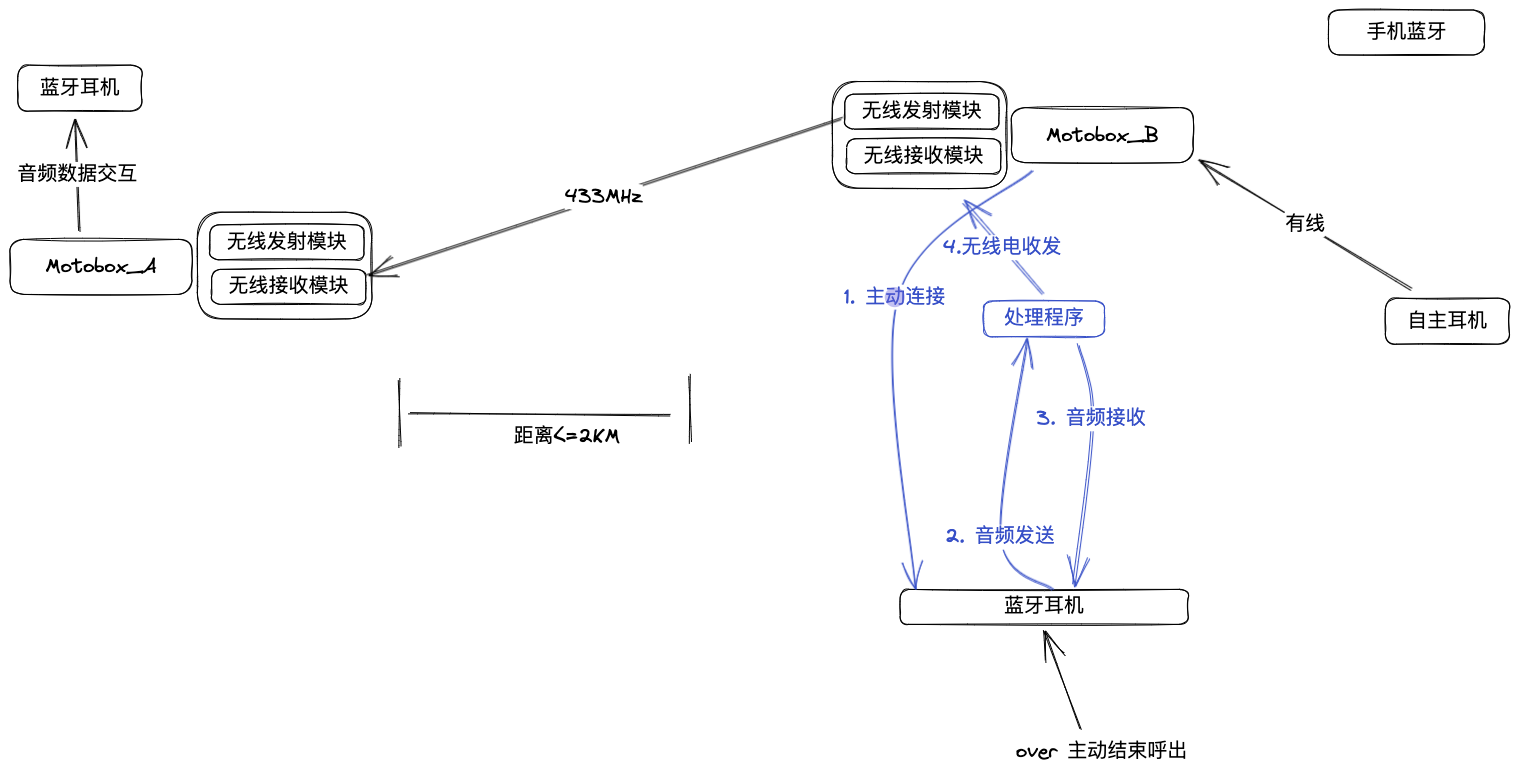
The Excalidraw diagram main.excalidraw.png in motoboxcn/audio-communication, before a commit. Source tidied: one line per element, renumbered; positions are measured from the earlier drawing's top-left corner, leaving out a move shared by most shapes. The source it was exported from:
```json
{"id": 0, "type": "rectangle", "strokeColor": "#000000", "strokeWidth": 1, "roughness": 1, "round": true, "x": 8, "y": 55, "width": 124, "height": 46}
{"id": 1, "type": "text", "text": "蓝牙耳机", "strokeColor": "#000000", "strokeWidth": 1, "roughness": 1, "fontSize": 20, "fontFamily": 1, "textAlign": "center", "verticalAlign": "middle", "inside": 0, "x": 30, "y": 66, "width": 80, "height": 25}
{"id": 2, "type": "rectangle", "strokeColor": "#000000", "strokeWidth": 1, "roughness": 1, "round": true, "x": 890, "y": 579, "width": 288, "height": 35}
{"id": 3, "type": "text", "text": "蓝牙耳机", "strokeColor": "#000000", "strokeWidth": 1, "roughness": 1, "fontSize": 20, "fontFamily": 1, "textAlign": "center", "verticalAlign": "middle", "inside": 2, "x": 994, "y": 584, "width": 80, "height": 25}
{"id": 4, "type": "arrow", "strokeColor": "#000000", "strokeWidth": 1, "roughness": 1, "endArrowhead": "arrow", "round": true, "from": 15, "to": 0, "x": 70, "y": 220, "width": 5, "height": 111, "points": [[0, 0], [-5, -111]]}
{"id": 5, "type": "text", "text": "音频数据交互", "strokeColor": "#000000", "strokeWidth": 1, "roughness": 1, "fontSize": 20, "fontFamily": 1, "textAlign": "center", "verticalAlign": "middle", "inside": 4, "x": 7, "y": 152, "width": 120, "height": 25}
{"id": 6, "type": "arrow", "strokeColor": "#364fc7", "strokeWidth": 1, "roughness": 1, "endArrowhead": "arrow", "round": true, "from": 2, "to": 40, "x": 1042, "y": 579, "width": 52, "height": 249, "points": [[0, 0], [-52, -52], [-25, -249]]}
{"id": 7, "type": "text", "text": "2. 音频发送", "strokeColor": "#364fc7", "strokeWidth": 1, "roughness": 1, "fontSize": 20, "fontFamily": 1, "textAlign": "center", "verticalAlign": "middle", "inside": 6, "x": 935, "y": 514, "width": 110, "height": 25}
{"id": 8, "type": "rectangle", "strokeColor": "#000000", "strokeWidth": 1, "roughness": 1, "round": true, "x": 1001, "y": 98, "width": 182, "height": 55}
{"id": 9, "type": "text", "text": "Motobox_B", "strokeColor": "#000000", "strokeWidth": 1, "roughness": 1, "fontSize": 20, "fontFamily": 1, "textAlign": "center", "verticalAlign": "middle", "inside": 8, "x": 1036, "y": 113, "width": 112, "height": 25}
{"id": 10, "type": "rectangle", "strokeColor": "#000000", "strokeWidth": 1, "roughness": 1, "round": true, "x": 835, "y": 84, "width": 154, "height": 35}
{"id": 11, "type": "text", "text": "无线发射模块", "strokeColor": "#000000", "strokeWidth": 1, "roughness": 1, "fontSize": 20, "fontFamily": 1, "textAlign": "center", "verticalAlign": "middle", "inside": 10, "x": 852, "y": 89, "width": 120, "height": 25}
{"id": 12, "type": "rectangle", "strokeColor": "#000000", "strokeWidth": 1, "roughness": 1, "round": true, "x": 837, "y": 129, "width": 154, "height": 35}
{"id": 13, "type": "text", "text": "无线接收模块", "strokeColor": "#000000", "strokeWidth": 1, "roughness": 1, "fontSize": 20, "fontFamily": 1, "textAlign": "center", "verticalAlign": "middle", "inside": 12, "x": 854, "y": 134, "width": 120, "height": 25}
{"id": 14, "type": "rectangle", "strokeColor": "#000000", "strokeWidth": 1, "roughness": 1, "round": true, "x": 822, "y": 72, "width": 174, "height": 107}
{"id": 15, "type": "rectangle", "strokeColor": "#000000", "strokeWidth": 1, "roughness": 1, "round": true, "x": 0, "y": 229, "width": 182, "height": 55}
{"id": 16, "type": "text", "text": "Motobox_A", "strokeColor": "#000000", "strokeWidth": 1, "roughness": 1, "fontSize": 20, "fontFamily": 1, "textAlign": "center", "verticalAlign": "middle", "inside": 15, "x": 36, "y": 244, "width": 111, "height": 25}
{"id": 17, "type": "rectangle", "strokeColor": "#000000", "strokeWidth": 1, "roughness": 1, "round": true, "x": 200, "y": 215, "width": 154, "height": 35}
{"id": 18, "type": "text", "text": "无线发射模块", "strokeColor": "#000000", "strokeWidth": 1, "roughness": 1, "fontSize": 20, "fontFamily": 1, "textAlign": "center", "verticalAlign": "middle", "inside": 17, "x": 217, "y": 220, "width": 120, "height": 25}
{"id": 19, "type": "rectangle", "strokeColor": "#000000", "strokeWidth": 1, "roughness": 1, "round": true, "x": 202, "y": 259, "width": 154, "height": 35}
{"id": 20, "type": "text", "text": "无线接收模块", "strokeColor": "#000000", "strokeWidth": 1, "roughness": 1, "fontSize": 20, "fontFamily": 1, "textAlign": "center", "verticalAlign": "middle", "inside": 19, "x": 219, "y": 264, "width": 120, "height": 25}
{"id": 21, "type": "rectangle", "strokeColor": "#000000", "strokeWidth": 1, "roughness": 1, "round": true, "x": 187, "y": 202, "width": 174, "height": 107}
{"id": 22, "type": "arrow", "strokeColor": "#000000", "strokeWidth": 1, "roughness": 1, "endArrowhead": "arrow", "round": true, "from": 10, "to": 19, "x": 831, "y": 108, "width": 475, "height": 158, "points": [[0, 0], [-475, 158]]}
{"id": 23, "type": "text", "text": "433MHz", "strokeColor": "#000000", "strokeWidth": 1, "roughness": 1, "fontSize": 20, "fontFamily": 1, "textAlign": "center", "verticalAlign": "middle", "inside": 22, "x": 482, "y": 235, "width": 78, "height": 25}
{"id": 24, "type": "rectangle", "strokeColor": "#000000", "strokeWidth": 1, "roughness": 1, "round": true, "x": 1319, "y": 0, "width": 156, "height": 45}
{"id": 25, "type": "text", "text": "手机蓝牙", "strokeColor": "#000000", "strokeWidth": 1, "roughness": 1, "fontSize": 20, "fontFamily": 1, "textAlign": "center", "verticalAlign": "middle", "inside": 24, "x": 1357, "y": 10, "width": 80, "height": 25}
{"id": 26, "type": "rectangle", "strokeColor": "#000000", "strokeWidth": 1, "roughness": 1, "round": true, "x": 1375, "y": 288, "width": 124, "height": 46}
{"id": 27, "type": "text", "text": "自主耳机", "strokeColor": "#000000", "strokeWidth": 1, "roughness": 1, "fontSize": 20, "fontFamily": 1, "textAlign": "center", "verticalAlign": "middle", "inside": 26, "x": 1397, "y": 299, "width": 80, "height": 25}
{"id": 28, "type": "arrow", "strokeColor": "#000000", "strokeWidth": 1, "roughness": 1, "endArrowhead": "arrow", "round": true, "from": 26, "to": 8, "x": 1401, "y": 277, "width": 211, "height": 127, "points": [[0, 0], [-211, -127]]}
{"id": 29, "type": "text", "text": "有线", "strokeColor": "#000000", "strokeWidth": 1, "roughness": 1, "fontSize": 20, "fontFamily": 1, "textAlign": "center", "verticalAlign": "middle", "inside": 28, "x": 1045, "y": 339, "width": 40, "height": 25}
{"id": 30, "type": "arrow", "strokeColor": "#000000", "strokeWidth": 1, "roughness": 1, "endArrowhead": "arrow", "round": true, "from": 31, "to": 2, "x": 1071, "y": 720, "width": 37, "height": 99, "points": [[0, 0], [-37, -99]]}
{"id": 31, "type": "text", "text": "over 主动结束呼出", "strokeColor": "#000000", "strokeWidth": 1, "roughness": 1, "fontSize": 20, "fontFamily": 1, "x": 1006, "y": 729, "width": 171, "height": 25}
{"id": 32, "type": "line", "strokeColor": "#000000", "strokeWidth": 1, "roughness": 1, "round": true, "x": 399, "y": 404, "width": 260, "height": 0, "points": [[0, 0], [260, 0]]}
{"id": 33, "type": "line", "strokeColor": "#000000", "strokeWidth": 1, "roughness": 1, "round": true, "x": 390, "y": 369, "width": 0, "height": 68, "points": [[0, 0], [0, 68]]}
{"id": 34, "type": "line", "strokeColor": "#000000", "strokeWidth": 1, "roughness": 1, "round": true, "x": 680, "y": 365, "width": 0, "height": 68, "points": [[0, 0], [0, 68]]}
{"id": 35, "type": "text", "text": "距离<=2KM", "strokeColor": "#000000", "strokeWidth": 1, "roughness": 1, "fontSize": 20, "fontFamily": 1, "x": 504, "y": 414, "width": 106, "height": 25}
{"id": 36, "type": "arrow", "strokeColor": "#364fc7", "strokeWidth": 1, "roughness": 1, "endArrowhead": "arrow", "round": true, "from": 14, "to": 2, "x": 1019, "y": 160, "width": 134, "height": 419, "points": [[0, 0], [-134, 127], [-118, 419]]}
{"id": 37, "type": "text", "text": "1. 主动连接", "strokeColor": "#364fc7", "strokeWidth": 1, "roughness": 1, "fontSize": 20, "fontFamily": 1, "textAlign": "center", "verticalAlign": "middle", "inside": 36, "x": 850, "y": 414, "width": 101, "height": 25}
{"id": 38, "type": "arrow", "strokeColor": "#364fc7", "strokeWidth": 1, "roughness": 1, "endArrowhead": "arrow", "round": true, "from": 40, "to": 2, "x": 1067, "y": 333, "width": 19, "height": 240, "points": [[0, 0], [14, 76], [-4, 240]]}
{"id": 39, "type": "text", "text": "3. 音频接收", "strokeColor": "#364fc7", "strokeWidth": 1, "roughness": 1, "fontSize": 20, "fontFamily": 1, "textAlign": "center", "verticalAlign": "middle", "inside": 38, "x": 1087, "y": 458, "width": 109, "height": 25}
{"id": 40, "type": "rectangle", "strokeColor": "#364fc7", "strokeWidth": 1, "roughness": 1, "round": true, "x": 974, "y": 291, "width": 120, "height": 36}
{"id": 41, "type": "text", "text": "处理程序", "strokeColor": "#364fc7", "strokeWidth": 1, "roughness": 1, "fontSize": 20, "fontFamily": 1, "textAlign": "center", "verticalAlign": "middle", "inside": 40, "x": 994, "y": 296, "width": 80, "height": 25}
{"id": 42, "type": "arrow", "strokeColor": "#364fc7", "strokeWidth": 1, "roughness": 1, "endArrowhead": "arrow", "round": true, "from": 40, "to": 14, "x": 1032, "y": 283, "width": 79, "height": 91, "points": [[0, 0], [-79, -91]]}
{"id": 43, "type": "text", "text": "4.无线电收发", "strokeColor": "#364fc7", "strokeWidth": 1, "roughness": 1, "fontSize": 20, "fontFamily": 1, "textAlign": "center", "verticalAlign": "middle", "inside": 42, "x": 924, "y": 217, "width": 118, "height": 25}
```
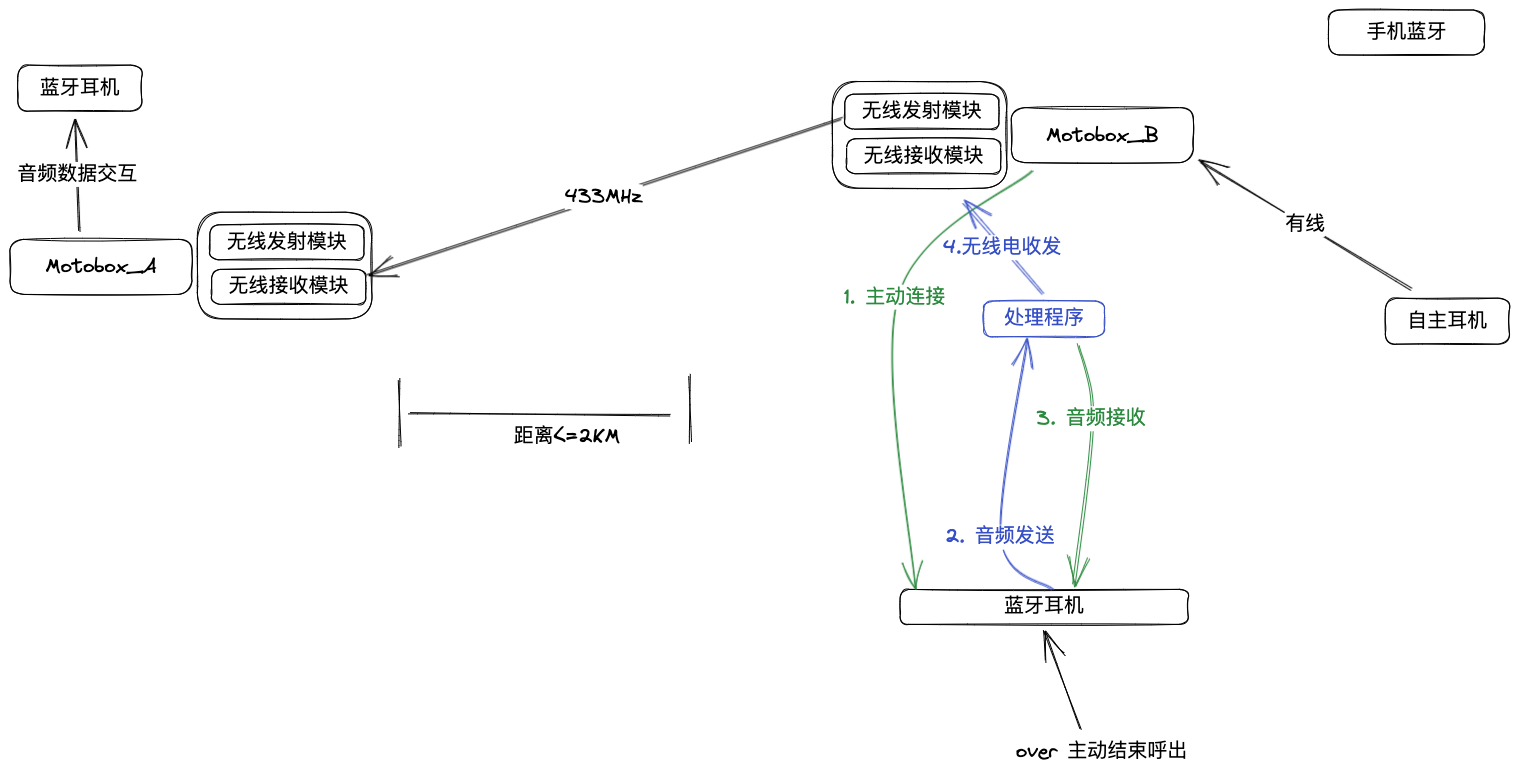
After the change.

Diff of the diagram source:
```diff
@@ -21,24 +21,24 @@
 {"id": 20, "type": "text", "text": "无线接收模块", "strokeColor": "#000000", "strokeWidth": 1, "roughness": 1, "fontSize": 20, "fontFamily": 1, "textAlign": "center", "verticalAlign": "middle", "inside": 19, "x": 219, "y": 264, "width": 120, "height": 25}
 {"id": 21, "type": "rectangle", "strokeColor": "#000000", "strokeWidth": 1, "roughness": 1, "round": true, "x": 187, "y": 202, "width": 174, "height": 107}
 {"id": 22, "type": "arrow", "strokeColor": "#000000", "strokeWidth": 1, "roughness": 1, "endArrowhead": "arrow", "round": true, "from": 10, "to": 19, "x": 831, "y": 108, "width": 475, "height": 158, "points": [[0, 0], [-475, 158]]}
-{"id": 23, "type": "text", "text": "433MHz", "strokeColor": "#000000", "strokeWidth": 1, "roughness": 1, "fontSize": 20, "fontFamily": 1, "textAlign": "center", "verticalAlign": "middle", "inside": 22, "x": 482, "y": 235, "width": 78, "height": 25}
+{"id": 23, "type": "text", "text": "433MHz", "strokeColor": "#000000", "strokeWidth": 1, "roughness": 1, "fontSize": 20, "fontFamily": 1, "textAlign": "center", "verticalAlign": "middle", "inside": 22, "x": 555, "y": 174, "width": 78, "height": 25}
 {"id": 24, "type": "rectangle", "strokeColor": "#000000", "strokeWidth": 1, "roughness": 1, "round": true, "x": 1319, "y": 0, "width": 156, "height": 45}
 {"id": 25, "type": "text", "text": "手机蓝牙", "strokeColor": "#000000", "strokeWidth": 1, "roughness": 1, "fontSize": 20, "fontFamily": 1, "textAlign": "center", "verticalAlign": "middle", "inside": 24, "x": 1357, "y": 10, "width": 80, "height": 25}
 {"id": 26, "type": "rectangle", "strokeColor": "#000000", "strokeWidth": 1, "roughness": 1, "round": true, "x": 1375, "y": 288, "width": 124, "height": 46}
 {"id": 27, "type": "text", "text": "自主耳机", "strokeColor": "#000000", "strokeWidth": 1, "roughness": 1, "fontSize": 20, "fontFamily": 1, "textAlign": "center", "verticalAlign": "middle", "inside": 26, "x": 1397, "y": 299, "width": 80, "height": 25}
 {"id": 28, "type": "arrow", "strokeColor": "#000000", "strokeWidth": 1, "roughness": 1, "endArrowhead": "arrow", "round": true, "from": 26, "to": 8, "x": 1401, "y": 277, "width": 211, "height": 127, "points": [[0, 0], [-211, -127]]}
-{"id": 29, "type": "text", "text": "有线", "strokeColor": "#000000", "strokeWidth": 1, "roughness": 1, "fontSize": 20, "fontFamily": 1, "textAlign": "center", "verticalAlign": "middle", "inside": 28, "x": 1045, "y": 339, "width": 40, "height": 25}
+{"id": 29, "type": "text", "text": "有线", "strokeColor": "#000000", "strokeWidth": 1, "roughness": 1, "fontSize": 20, "fontFamily": 1, "textAlign": "center", "verticalAlign": "middle", "inside": 28, "x": 1275, "y": 202, "width": 40, "height": 25}
 {"id": 30, "type": "arrow", "strokeColor": "#000000", "strokeWidth": 1, "roughness": 1, "endArrowhead": "arrow", "round": true, "from": 31, "to": 2, "x": 1071, "y": 720, "width": 37, "height": 99, "points": [[0, 0], [-37, -99]]}
 {"id": 31, "type": "text", "text": "over 主动结束呼出", "strokeColor": "#000000", "strokeWidth": 1, "roughness": 1, "fontSize": 20, "fontFamily": 1, "x": 1006, "y": 729, "width": 171, "height": 25}
 {"id": 32, "type": "line", "strokeColor": "#000000", "strokeWidth": 1, "roughness": 1, "round": true, "x": 399, "y": 404, "width": 260, "height": 0, "points": [[0, 0], [260, 0]]}
 {"id": 33, "type": "line", "strokeColor": "#000000", "strokeWidth": 1, "roughness": 1, "round": true, "x": 390, "y": 369, "width": 0, "height": 68, "points": [[0, 0], [0, 68]]}
 {"id": 34, "type": "line", "strokeColor": "#000000", "strokeWidth": 1, "roughness": 1, "round": true, "x": 680, "y": 365, "width": 0, "height": 68, "points": [[0, 0], [0, 68]]}
 {"id": 35, "type": "text", "text": "距离<=2KM", "strokeColor": "#000000", "strokeWidth": 1, "roughness": 1, "fontSize": 20, "fontFamily": 1, "x": 504, "y": 414, "width": 106, "height": 25}
-{"id": 36, "type": "arrow", "strokeColor": "#364fc7", "strokeWidth": 1, "roughness": 1, "endArrowhead": "arrow", "round": true, "from": 14, "to": 2, "x": 1019, "y": 160, "width": 134, "height": 419, "points": [[0, 0], [-134, 127], [-118, 419]]}
+{"id": 36, "type": "arrow", "strokeColor": "#2b8a3e", "strokeWidth": 1, "roughness": 1, "endArrowhead": "arrow", "round": true, "from": 14, "to": 2, "x": 1019, "y": 160, "width": 134, "height": 419, "points": [[0, 0], [-134, 127], [-118, 419]]}
-{"id": 37, "type": "text", "text": "1. 主动连接", "strokeColor": "#364fc7", "strokeWidth": 1, "roughness": 1, "fontSize": 20, "fontFamily": 1, "textAlign": "center", "verticalAlign": "middle", "inside": 36, "x": 850, "y": 414, "width": 101, "height": 25}
+{"id": 37, "type": "text", "text": "1. 主动连接", "strokeColor": "#2b8a3e", "strokeWidth": 1, "roughness": 1, "fontSize": 20, "fontFamily": 1, "textAlign": "center", "verticalAlign": "middle", "inside": 36, "x": 834, "y": 275, "width": 101, "height": 25}
-{"id": 38, "type": "arrow", "strokeColor": "#364fc7", "strokeWidth": 1, "roughness": 1, "endArrowhead": "arrow", "round": true, "from": 40, "to": 2, "x": 1067, "y": 333, "width": 19, "height": 240, "points": [[0, 0], [14, 76], [-4, 240]]}
+{"id": 38, "type": "arrow", "strokeColor": "#2b8a3e", "strokeWidth": 1, "roughness": 1, "endArrowhead": "arrow", "round": true, "from": 40, "to": 2, "x": 1067, "y": 333, "width": 19, "height": 240, "points": [[0, 0], [14, 76], [-4, 240]]}
-{"id": 39, "type": "text", "text": "3. 音频接收", "strokeColor": "#364fc7", "strokeWidth": 1, "roughness": 1, "fontSize": 20, "fontFamily": 1, "textAlign": "center", "verticalAlign": "middle", "inside": 38, "x": 1087, "y": 458, "width": 109, "height": 25}
+{"id": 39, "type": "text", "text": "3. 音频接收", "strokeColor": "#2b8a3e", "strokeWidth": 1, "roughness": 1, "fontSize": 20, "fontFamily": 1, "textAlign": "center", "verticalAlign": "middle", "inside": 38, "x": 1027, "y": 396, "width": 109, "height": 25}
 {"id": 40, "type": "rectangle", "strokeColor": "#364fc7", "strokeWidth": 1, "roughness": 1, "round": true, "x": 974, "y": 291, "width": 120, "height": 36}
 {"id": 41, "type": "text", "text": "处理程序", "strokeColor": "#364fc7", "strokeWidth": 1, "roughness": 1, "fontSize": 20, "fontFamily": 1, "textAlign": "center", "verticalAlign": "middle", "inside": 40, "x": 994, "y": 296, "width": 80, "height": 25}
 {"id": 42, "type": "arrow", "strokeColor": "#364fc7", "strokeWidth": 1, "roughness": 1, "endArrowhead": "arrow", "round": true, "from": 40, "to": 14, "x": 1032, "y": 283, "width": 79, "height": 91, "points": [[0, 0], [-79, -91]]}
-{"id": 43, "type": "text", "text": "4.无线电收发", "strokeColor": "#364fc7", "strokeWidth": 1, "roughness": 1, "fontSize": 20, "fontFamily": 1, "textAlign": "center", "verticalAlign": "middle", "inside": 42, "x": 924, "y": 217, "width": 118, "height": 25}
+{"id": 43, "type": "text", "text": "4.无线电收发", "strokeColor": "#364fc7", "strokeWidth": 1, "roughness": 1, "fontSize": 20, "fontFamily": 1, "textAlign": "center", "verticalAlign": "middle", "inside": 42, "x": 933, "y": 225, "width": 118, "height": 25}
```
